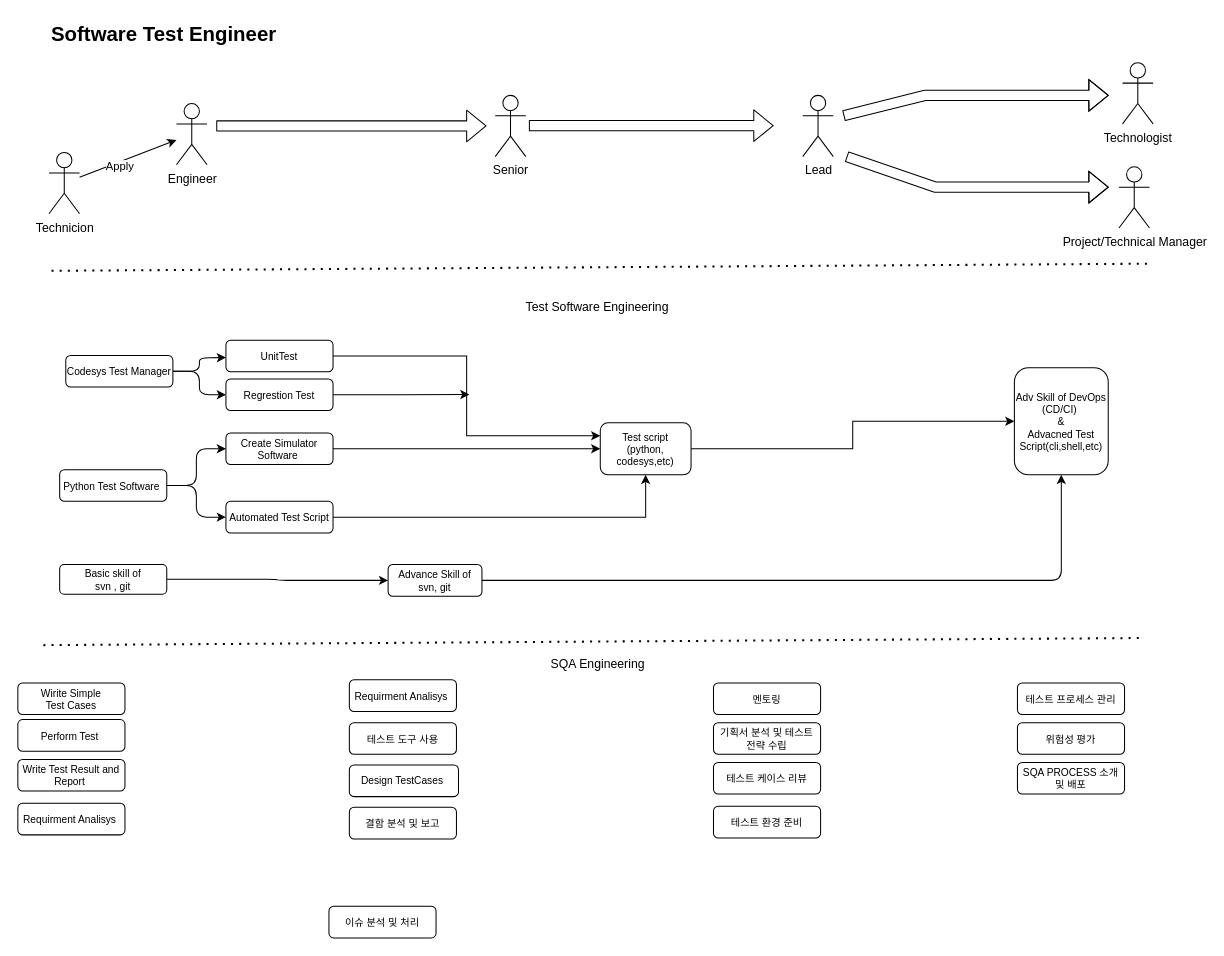
EdwardsKorea/CommonDrawIO keeps this draw.io diagram as page "Software Test Engineer" (4 of 5) of CareerWorkShop.drawio. Above is the earlier version. Source tidied: cells renumbered, new cells numbered last; positions are measured from the earlier drawing's top-left corner, leaving out a move shared by most shapes. Both pictures are drawn from the tidied source at 102%, with x=0, y=0 at pixel (17, 17).
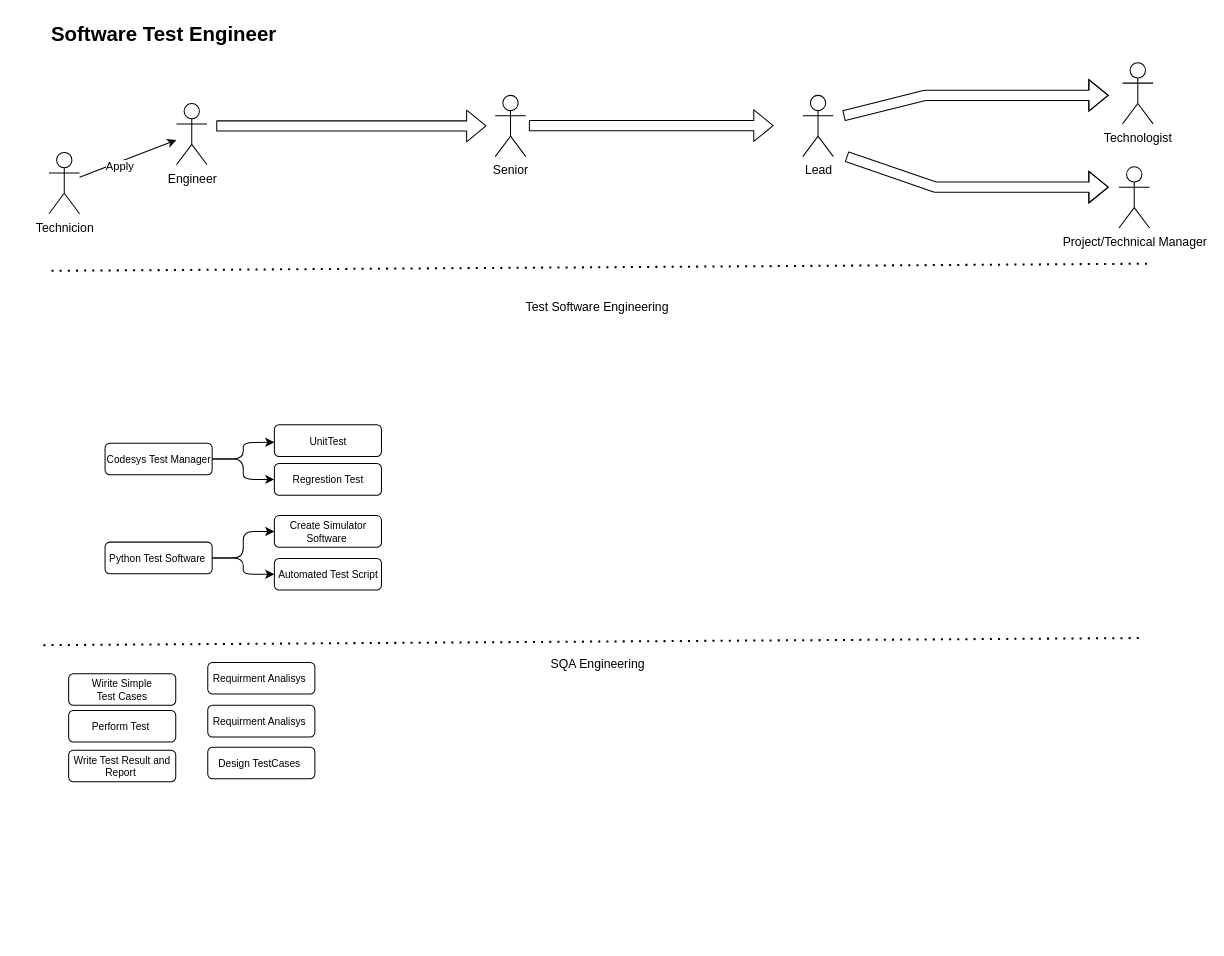
The same diagram, later.

The edit, as a diff of the source:
```diff
@@
     <mxCell id="11" value="Wirite Simple &lt;br&gt;Test Cases" style="rounded=1;whiteSpace=wrap;html=1;fontSize=10;" parent="1" vertex="1">
-      <mxGeometry y="652" width="105" height="31" as="geometry" />
+      <mxGeometry x="49.8" y="643" width="105" height="31" as="geometry" />
     </mxCell>
     <mxCell id="12" value="Perform Test&amp;nbsp;" style="rounded=1;whiteSpace=wrap;html=1;fontSize=10;" parent="1" vertex="1">
-      <mxGeometry y="688" width="105" height="31" as="geometry" />
+      <mxGeometry x="49.8" y="679" width="105" height="31" as="geometry" />
     </mxCell>
     <mxCell id="13" value="Write Test Result and Report&amp;nbsp;" style="rounded=1;whiteSpace=wrap;html=1;fontSize=10;" parent="1" vertex="1">
-      <mxGeometry y="727" width="105" height="31" as="geometry" />
+      <mxGeometry x="49.8" y="718" width="105" height="31" as="geometry" />
     </mxCell>
     <mxCell id="14" value="Requirment Analisys&amp;nbsp;" style="rounded=1;whiteSpace=wrap;html=1;fontSize=10;" parent="1" vertex="1">
-      <mxGeometry y="770" width="105" height="31" as="geometry" />
+      <mxGeometry x="186.2" y="674" width="105" height="31" as="geometry" />
     </mxCell>
     <mxCell id="15" value="Design TestCases&amp;nbsp;" style="rounded=1;whiteSpace=wrap;html=1;fontSize=10;" parent="1" vertex="1">
-      <mxGeometry x="325" y="732.5" width="107" height="31" as="geometry" />
+      <mxGeometry x="186.2" y="715" width="105" height="31" as="geometry" />
     </mxCell>
@@
     <mxCell id="18" value="Python Test Software&amp;nbsp;" style="rounded=1;whiteSpace=wrap;html=1;fontSize=10;" parent="1" vertex="1">
-      <mxGeometry x="41" y="443" width="105" height="31" as="geometry" />
+      <mxGeometry x="85.5" y="514" width="105" height="31" as="geometry" />
     </mxCell>
     <mxCell id="19" style="edgeStyle=orthogonalEdgeStyle;rounded=1;jettySize=auto;html=1;" parent="1" edge="1" source="21">
       <mxGeometry relative="1" as="geometry">
-        <mxPoint x="204" y="333" as="targetPoint" />
+        <mxPoint x="251.5" y="416" as="targetPoint" />
       </mxGeometry>
     </mxCell>
@@
     <mxCell id="21" value="Codesys Test Manager" style="rounded=1;whiteSpace=wrap;html=1;fontSize=10;" parent="1" vertex="1">
-      <mxGeometry x="47" y="331" width="105" height="31" as="geometry" />
+      <mxGeometry x="85.5" y="417" width="105" height="31" as="geometry" />
     </mxCell>
-    <mxCell id="22" style="edgeStyle=orthogonalEdgeStyle;rounded=0;jettySize=auto;html=1;exitX=1;exitY=0.5;exitDx=0;exitDy=0;entryX=0;entryY=0.25;entryDx=0;entryDy=0;" parent="1" edge="1" source="23" target="48">
-      <mxGeometry relative="1" as="geometry" />
-    </mxCell>
     <mxCell id="23" value="UnitTest" style="rounded=1;whiteSpace=wrap;html=1;fontSize=10;" parent="1" vertex="1">
-      <mxGeometry x="204" y="316" width="105" height="31" as="geometry" />
+      <mxGeometry x="251.5" y="399" width="105" height="31" as="geometry" />
     </mxCell>
-    <mxCell id="24" style="edgeStyle=orthogonalEdgeStyle;rounded=0;jettySize=auto;html=1;exitX=1;exitY=0.5;exitDx=0;exitDy=0;" parent="1" edge="1" source="25">
-      <mxGeometry relative="1" as="geometry">
-        <mxPoint x="442.7" y="369.3" as="targetPoint" />
-      </mxGeometry>
-    </mxCell>
     <mxCell id="25" value="Regrestion Test" style="rounded=1;whiteSpace=wrap;html=1;fontSize=10;" parent="1" vertex="1">
-      <mxGeometry x="204" y="354" width="105" height="31" as="geometry" />
+      <mxGeometry x="251.5" y="437" width="105" height="31" as="geometry" />
     </mxCell>
     <mxCell id="26" value="Create Simulator Software&amp;nbsp;" style="rounded=1;whiteSpace=wrap;html=1;fontSize=10;" parent="1" vertex="1">
-      <mxGeometry x="204" y="407" width="105" height="31" as="geometry" />
+      <mxGeometry x="251.5" y="488" width="105" height="31" as="geometry" />
     </mxCell>
-    <mxCell id="27" style="edgeStyle=orthogonalEdgeStyle;rounded=0;jettySize=auto;html=1;exitX=1;exitY=0.5;exitDx=0;exitDy=0;entryX=0.5;entryY=1;entryDx=0;entryDy=0;" parent="1" edge="1" source="28" target="48">
-      <mxGeometry relative="1" as="geometry" />
-    </mxCell>
     <mxCell id="28" value="Automated Test Script" style="rounded=1;whiteSpace=wrap;html=1;fontSize=10;" parent="1" vertex="1">
-      <mxGeometry x="204" y="474" width="105" height="31" as="geometry" />
+      <mxGeometry x="251.5" y="530" width="105" height="31" as="geometry" />
     </mxCell>
@@
     <mxCell id="32" value="Requirment Analisys&amp;nbsp;" style="rounded=1;whiteSpace=wrap;html=1;fontSize=10;" parent="1" vertex="1">
-      <mxGeometry x="325" y="649" width="105" height="31" as="geometry" />
+      <mxGeometry x="186.2" y="632" width="105" height="31" as="geometry" />
     </mxCell>
@@
-    <mxCell id="38" value="테스트 도구 사용" style="rounded=1;whiteSpace=wrap;html=1;fontSize=10;" parent="1" vertex="1">
-      <mxGeometry x="325" y="691" width="105" height="31" as="geometry" />
-    </mxCell>
-    <mxCell id="39" value="멘토링" style="rounded=1;whiteSpace=wrap;html=1;fontSize=10;" parent="1" vertex="1">
-      <mxGeometry x="682" y="652" width="105" height="31" as="geometry" />
-    </mxCell>
-    <mxCell id="40" value="결함 분석 및 보고" style="rounded=1;whiteSpace=wrap;html=1;fontSize=10;" parent="1" vertex="1">
-      <mxGeometry x="325" y="774" width="105" height="31" as="geometry" />
-    </mxCell>
-    <mxCell id="41" value="테스트 프로세스 관리" style="rounded=1;whiteSpace=wrap;html=1;fontSize=10;" parent="1" vertex="1">
-      <mxGeometry x="980" y="652" width="105" height="31" as="geometry" />
-    </mxCell>
-    <mxCell id="42" style="edgeStyle=orthogonalEdgeStyle;rounded=1;jettySize=auto;html=1;entryX=0;entryY=0.5;entryDx=0;entryDy=0;exitX=1;exitY=0.5;exitDx=0;exitDy=0;" parent="1" edge="1" source="55" target="45">
-      <mxGeometry relative="1" as="geometry" />
-    </mxCell>
-    <mxCell id="43" style="edgeStyle=orthogonalEdgeStyle;rounded=1;jettySize=auto;html=1;entryX=0;entryY=0.5;entryDx=0;entryDy=0;exitX=1;exitY=0.5;exitDx=0;exitDy=0;" parent="1" edge="1" source="26" target="48">
-      <mxGeometry relative="1" as="geometry" />
-    </mxCell>
-    <mxCell id="44" style="edgeStyle=orthogonalEdgeStyle;rounded=1;jettySize=auto;html=1;" parent="1" edge="1" source="45" target="46">
-      <mxGeometry relative="1" as="geometry" />
-    </mxCell>
-    <mxCell id="45" value="Advance Skill of svn, git" style="rounded=1;whiteSpace=wrap;html=1;fontSize=10;" parent="1" vertex="1">
-      <mxGeometry x="363" y="536" width="92" height="31" as="geometry" />
-    </mxCell>
-    <mxCell id="46" value="Adv Skill of DevOps (CD/CI)&amp;nbsp;&lt;br&gt;&amp;amp;&lt;br&gt;Advacned Test Script(cli,shell,etc)" style="rounded=1;whiteSpace=wrap;html=1;fontSize=10;" parent="1" vertex="1">
-      <mxGeometry x="977" y="343" width="92" height="105" as="geometry" />
-    </mxCell>
-    <mxCell id="47" style="edgeStyle=orthogonalEdgeStyle;rounded=0;jettySize=auto;html=1;exitX=1;exitY=0.5;exitDx=0;exitDy=0;entryX=0;entryY=0.5;entryDx=0;entryDy=0;" parent="1" edge="1" source="48" target="46">
-      <mxGeometry relative="1" as="geometry" />
-    </mxCell>
-    <mxCell id="48" value="Test script&lt;br&gt;(python, codesys,etc)&lt;br&gt;" style="rounded=1;whiteSpace=wrap;html=1;fontSize=10;" parent="1" vertex="1">
-      <mxGeometry x="571" y="397" width="89" height="51" as="geometry" />
-    </mxCell>
-    <mxCell id="49" value="기획서 분석 및 테스트 전략 수립" style="rounded=1;whiteSpace=wrap;html=1;fontSize=10;" parent="1" vertex="1">
-      <mxGeometry x="682" y="691" width="105" height="31" as="geometry" />
-    </mxCell>
-    <mxCell id="50" value="테스트 케이스 리뷰" style="rounded=1;whiteSpace=wrap;html=1;fontSize=10;" parent="1" vertex="1">
-      <mxGeometry x="682" y="730" width="105" height="31" as="geometry" />
-    </mxCell>
-    <mxCell id="51" value="이슈 분석 및 처리" style="rounded=1;whiteSpace=wrap;html=1;fontSize=10;" parent="1" vertex="1">
-      <mxGeometry x="305" y="871" width="105" height="31" as="geometry" />
-    </mxCell>
-    <mxCell id="52" value="테스트 환경 준비" style="rounded=1;whiteSpace=wrap;html=1;fontSize=10;" parent="1" vertex="1">
-      <mxGeometry x="682" y="773" width="105" height="31" as="geometry" />
-    </mxCell>
-    <mxCell id="53" value="위험성 평가" style="rounded=1;whiteSpace=wrap;html=1;fontSize=10;" parent="1" vertex="1">
-      <mxGeometry x="980" y="691" width="105" height="31" as="geometry" />
-    </mxCell>
-    <mxCell id="54" value="SQA PROCESS 소개 및 배포" style="rounded=1;whiteSpace=wrap;html=1;fontSize=10;" parent="1" vertex="1">
-      <mxGeometry x="980" y="730" width="105" height="31" as="geometry" />
-    </mxCell>
-    <mxCell id="55" value="Basic skill of &lt;br&gt;svn , git" style="rounded=1;whiteSpace=wrap;html=1;fontSize=10;" parent="1" vertex="1">
-      <mxGeometry x="41" y="536" width="105" height="29" as="geometry" />
-    </mxCell>
```
